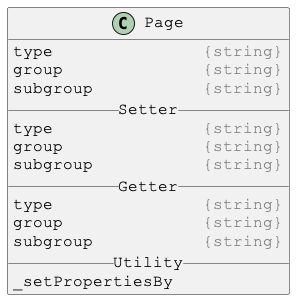
Justin-Byrne/canvasLab keeps this PlantUML diagram as devSuite/docs/PlantUml/images/Page.png. Above is the earlier version. Source of this version:
```plantuml
@startuml

skinparam DefaultFontSize 16
skinparam DefaultFontName Courier New

class Page {
type               <color:gray>{string}</color>
group              <color:gray>{string}</color>
subgroup           <color:gray>{string}</color>
__ Setter __
type               <color:gray>{string}</color>
group              <color:gray>{string}</color>
subgroup           <color:gray>{string}</color>
__ Getter __
type               <color:gray>{string}</color>
group              <color:gray>{string}</color>
subgroup           <color:gray>{string}</color>
__ Utility __
_setPropertiesBy
}

@enduml
```
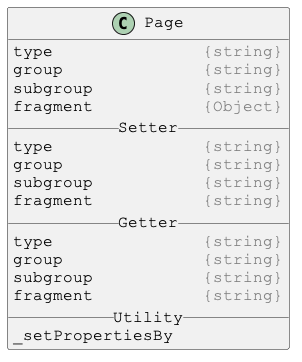
Later version of the same file.

Diff of the diagram source:
```diff
@@ -7,14 +7,17 @@
 type               <color:gray>{string}</color>
 group              <color:gray>{string}</color>
 subgroup           <color:gray>{string}</color>
+fragment           <color:gray>{Object}</color>
 __ Setter __
 type               <color:gray>{string}</color>
 group              <color:gray>{string}</color>
 subgroup           <color:gray>{string}</color>
+fragment           <color:gray>{string}</color>
 __ Getter __
 type               <color:gray>{string}</color>
 group              <color:gray>{string}</color>
 subgroup           <color:gray>{string}</color>
+fragment           <color:gray>{string}</color>
 __ Utility __
 _setPropertiesBy
 }
```
